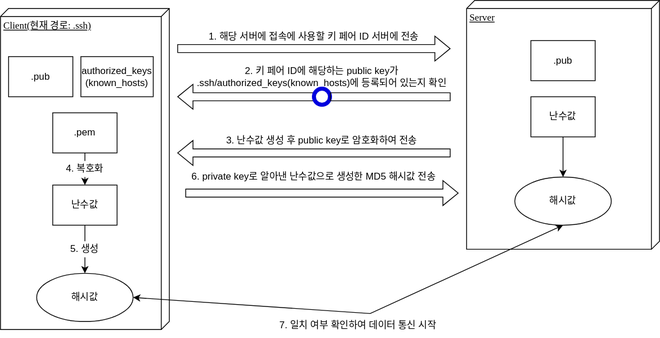
Before: ssh 동작원리.svg, a diagram exported from draw.io (AnneMayor/TestRepository). Source tidied: cells renumbered, new cells last; positions are measured from the earlier drawing's top-left corner, leaving out a move shared by most shapes.
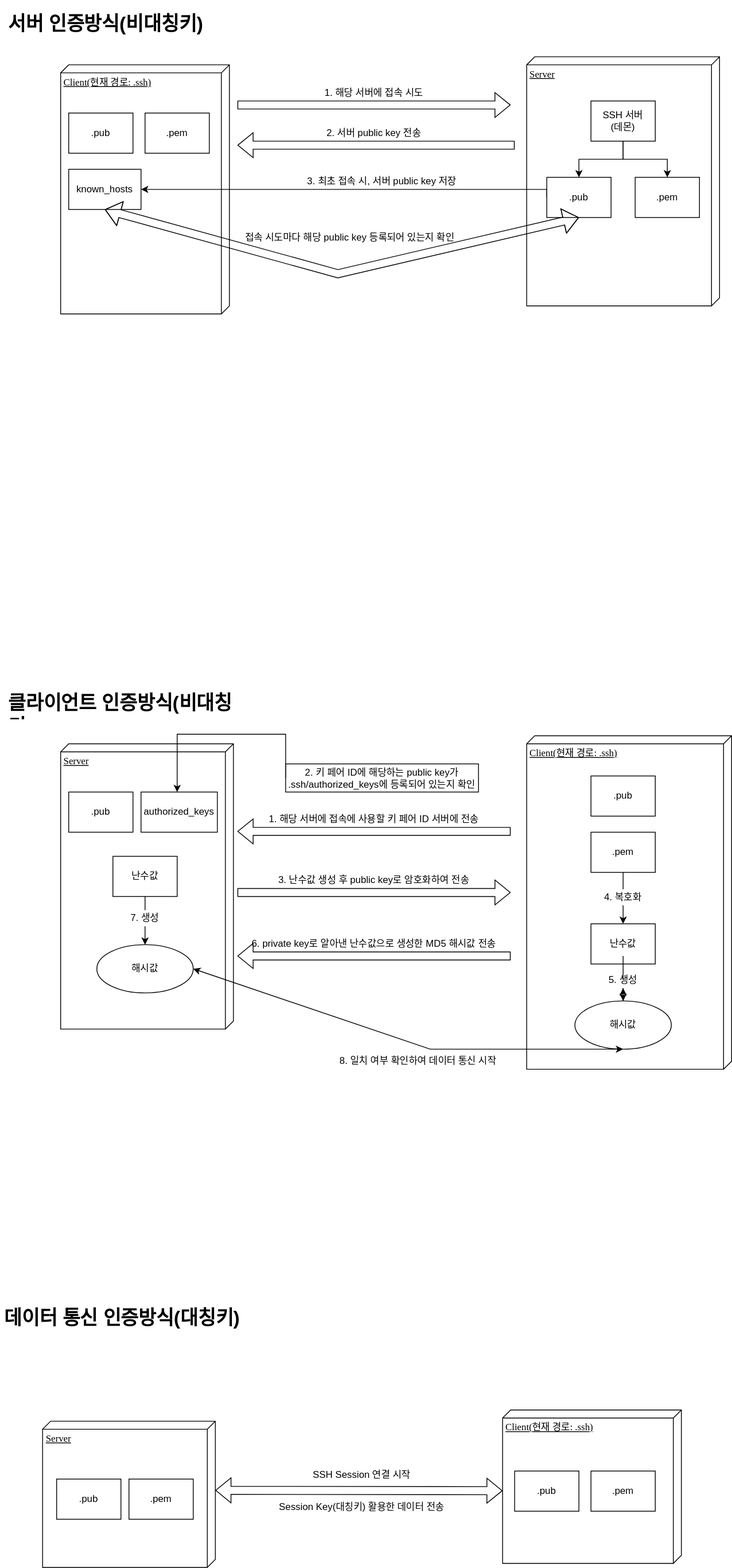
Later version of the same file.

Diff of the diagram source:
```diff
@@ -2,103 +2,210 @@
   <root>
     <mxCell id="0" />
     <mxCell id="1" parent="0" />
-    <mxCell id="2" value="Client(현재 경로: .ssh)" style="verticalAlign=top;align=left;spacingTop=8;spacingLeft=2;spacingRight=12;shape=cube;size=10;direction=south;fontStyle=4;html=1;rounded=0;shadow=0;comic=0;labelBackgroundColor=none;strokeWidth=1;fontFamily=Verdana;fontSize=12;" parent="1" vertex="1">
-      <mxGeometry y="10" width="210" height="400" as="geometry" />
+    <mxCell id="2" value="Server" style="verticalAlign=top;align=left;spacingTop=8;spacingLeft=2;spacingRight=12;shape=cube;size=10;direction=south;fontStyle=4;html=1;rounded=0;shadow=0;comic=0;labelBackgroundColor=none;strokeWidth=1;fontFamily=Verdana;fontSize=12;" parent="1" vertex="1">
+      <mxGeometry x="25" y="35" width="215" height="355" as="geometry" />
     </mxCell>
-    <mxCell id="3" value="Server" style="verticalAlign=top;align=left;spacingTop=8;spacingLeft=2;spacingRight=12;shape=cube;size=10;direction=south;fontStyle=4;html=1;rounded=0;shadow=0;comic=0;labelBackgroundColor=none;strokeWidth=1;fontFamily=Verdana;fontSize=12;" parent="1" vertex="1">
-      <mxGeometry x="580" width="240" height="310" as="geometry" />
+    <mxCell id="3" value="Client(현재 경로: .ssh)" style="verticalAlign=top;align=left;spacingTop=8;spacingLeft=2;spacingRight=12;shape=cube;size=10;direction=south;fontStyle=4;html=1;rounded=0;shadow=0;comic=0;labelBackgroundColor=none;strokeWidth=1;fontFamily=Verdana;fontSize=12;" parent="1" vertex="1">
+      <mxGeometry x="605" y="25" width="255" height="415" as="geometry" />
     </mxCell>
     <mxCell id="4" value="1. 해당 서버에 접속에 사용할 키 페어 ID 서버에 전송" style="rounded=0;whiteSpace=wrap;html=1;strokeColor=none;" parent="1" vertex="1">
-      <mxGeometry x="250" y="30" width="280" height="30" as="geometry" />
+      <mxGeometry x="275" y="114" width="280" height="30" as="geometry" />
     </mxCell>
-    <mxCell id="5" style="shape=flexArrow;endArrow=classic;html=1;rounded=0;" parent="1" edge="1">
-      <mxGeometry relative="1" as="geometry">
-        <mxPoint x="220" y="60" as="sourcePoint" />
-        <mxPoint x="560" y="60" as="targetPoint" />
-      </mxGeometry>
-    </mxCell>
-    <mxCell id="6" style="shape=flexArrow;endArrow=classic;html=1;rounded=0;startArrow=none;" parent="1" edge="1" source="12">
-      <mxGeometry relative="1" as="geometry">
-        <mxPoint x="220" y="120" as="targetPoint" />
-      </mxGeometry>
-    </mxCell>
+    <mxCell id="29" style="edgeStyle=orthogonalEdgeStyle;rounded=0;jettySize=auto;html=1;exitX=0;exitY=0.5;exitDx=0;exitDy=0;" parent="1" edge="1" source="7" target="11">
+      <mxGeometry relative="1" as="geometry">
+        <Array as="points">
+          <mxPoint x="170" y="23" />
+        </Array>
+      </mxGeometry>
+    </mxCell>
-    <mxCell id="7" value="2. 키 페어 ID에 해당하는 public key가 .ssh/authorized_keys(known_hosts)에 등록되어 있는지 확인" style="rounded=0;whiteSpace=wrap;html=1;strokeColor=none;fillColor=none;" parent="1" vertex="1">
-      <mxGeometry x="240" y="80" width="320" height="30" as="geometry" />
+    <mxCell id="7" value="2. 키 페어 ID에 해당하는 public key가 .ssh/authorized_keys에 등록되어 있는지 확인" style="rounded=0;whiteSpace=wrap;html=1;strokeColor=default;fillColor=none;" parent="1" vertex="1">
+      <mxGeometry x="305" y="60" width="240" height="35" as="geometry" />
     </mxCell>
     <mxCell id="8" value=".pub" style="rounded=0;whiteSpace=wrap;html=1;" parent="1" vertex="1">
-      <mxGeometry x="10" y="70" width="80" height="50" as="geometry" />
+      <mxGeometry x="35" y="95" width="80" height="50" as="geometry" />
     </mxCell>
     <mxCell id="9" style="edgeStyle=orthogonalEdgeStyle;rounded=0;jettySize=auto;html=1;" parent="1" edge="1" source="10" target="19">
       <mxGeometry relative="1" as="geometry" />
     </mxCell>
     <mxCell id="10" value=".pem" style="rounded=0;whiteSpace=wrap;html=1;" parent="1" vertex="1">
-      <mxGeometry x="65" y="140" width="80" height="50" as="geometry" />
+      <mxGeometry x="685" y="145" width="80" height="50" as="geometry" />
     </mxCell>
-    <mxCell id="11" value="authorized_keys&lt;br&gt;(known_hosts)" style="rounded=0;whiteSpace=wrap;html=1;" parent="1" vertex="1">
-      <mxGeometry x="100" y="70" width="90" height="50" as="geometry" />
+    <mxCell id="11" value="authorized_keys" style="rounded=0;whiteSpace=wrap;html=1;" parent="1" vertex="1">
+      <mxGeometry x="125" y="95" width="95" height="50" as="geometry" />
     </mxCell>
-    <mxCell id="12" style="ellipse;whiteSpace=wrap;html=1;fillColor=none;strokeWidth=5;strokeColor=#0000DE;" parent="1" vertex="1">
-      <mxGeometry x="390" y="110" width="20" height="20" as="geometry" />
-    </mxCell>
-    <mxCell id="13" style="shape=flexArrow;endArrow=none;html=1;rounded=0;" parent="1" edge="1" target="12">
-      <mxGeometry relative="1" as="geometry">
-        <mxPoint x="560" y="120" as="sourcePoint" />
-      </mxGeometry>
-    </mxCell>
-    <mxCell id="14" style="shape=flexArrow;endArrow=classic;html=1;rounded=0;startArrow=none;" parent="1" edge="1">
-      <mxGeometry relative="1" as="geometry">
-        <mxPoint x="560" y="190" as="sourcePoint" />
-        <mxPoint x="220" y="190" as="targetPoint" />
-      </mxGeometry>
-    </mxCell>
     <mxCell id="15" value=".pub" style="rounded=0;whiteSpace=wrap;html=1;" parent="1" vertex="1">
-      <mxGeometry x="660" y="50" width="80" height="50" as="geometry" />
+      <mxGeometry x="685" y="75" width="80" height="50" as="geometry" />
     </mxCell>
-    <mxCell id="16" style="edgeStyle=orthogonalEdgeStyle;rounded=0;jettySize=auto;html=1;" parent="1" edge="1" source="17" target="22">
+    <mxCell id="16" style="edgeStyle=orthogonalEdgeStyle;rounded=0;jettySize=auto;html=1;entryX=0.5;entryY=0;entryDx=0;entryDy=0;" parent="1" edge="1" source="17" target="23">
       <mxGeometry relative="1" as="geometry" />
     </mxCell>
     <mxCell id="17" value="난수값" style="rounded=0;whiteSpace=wrap;html=1;" parent="1" vertex="1">
-      <mxGeometry x="660" y="120" width="80" height="50" as="geometry" />
+      <mxGeometry x="90" y="175" width="80" height="50" as="geometry" />
     </mxCell>
-    <mxCell id="18" style="edgeStyle=orthogonalEdgeStyle;rounded=0;jettySize=auto;html=1;" parent="1" edge="1" source="19" target="23">
+    <mxCell id="18" style="edgeStyle=orthogonalEdgeStyle;rounded=0;jettySize=auto;html=1;startArrow=none;" parent="1" edge="1" source="55" target="22">
       <mxGeometry relative="1" as="geometry" />
     </mxCell>
     <mxCell id="19" value="난수값" style="rounded=0;whiteSpace=wrap;html=1;" parent="1" vertex="1">
-      <mxGeometry x="65" y="230" width="80" height="50" as="geometry" />
+      <mxGeometry x="685" y="259" width="80" height="50" as="geometry" />
     </mxCell>
     <mxCell id="20" value="3. 난수값 생성 후 public key로 암호화하여 전송" style="rounded=0;whiteSpace=wrap;html=1;strokeColor=none;fillColor=none;" parent="1" vertex="1">
-      <mxGeometry x="260" y="160" width="280" height="30" as="geometry" />
+      <mxGeometry x="275" y="190" width="280" height="30" as="geometry" />
     </mxCell>
     <mxCell id="21" value="4. 복호화" style="rounded=0;whiteSpace=wrap;html=1;strokeColor=none;" parent="1" vertex="1">
-      <mxGeometry x="80" y="200" width="50" height="20" as="geometry" />
+      <mxGeometry x="700" y="216" width="50" height="20" as="geometry" />
     </mxCell>
+    <mxCell id="30" style="edgeStyle=orthogonalEdgeStyle;rounded=0;jettySize=auto;html=1;" parent="1" edge="1" source="22" target="55">
+      <mxGeometry relative="1" as="geometry" />
+    </mxCell>
     <mxCell id="22" value="해시값" style="ellipse;whiteSpace=wrap;html=1;rounded=0;" parent="1" vertex="1">
-      <mxGeometry x="640" y="220" width="120" height="60" as="geometry" />
+      <mxGeometry x="665" y="355" width="120" height="60" as="geometry" />
     </mxCell>
     <mxCell id="23" value="해시값" style="ellipse;whiteSpace=wrap;html=1;rounded=0;" parent="1" vertex="1">
-      <mxGeometry x="45" y="340" width="120" height="60" as="geometry" />
+      <mxGeometry x="70" y="285" width="120" height="60" as="geometry" />
     </mxCell>
-    <mxCell id="24" value="5. 생성" style="rounded=0;whiteSpace=wrap;html=1;strokeColor=none;" parent="1" vertex="1">
-      <mxGeometry x="80" y="300" width="50" height="20" as="geometry" />
+    <mxCell id="24" value="7. 생성" style="rounded=0;whiteSpace=wrap;html=1;strokeColor=none;" parent="1" vertex="1">
+      <mxGeometry x="105" y="242" width="50" height="20" as="geometry" />
     </mxCell>
-    <mxCell id="25" style="shape=flexArrow;endArrow=classic;html=1;rounded=0;" parent="1" edge="1">
-      <mxGeometry relative="1" as="geometry">
-        <mxPoint x="230" y="240" as="sourcePoint" />
-        <mxPoint x="570" y="240" as="targetPoint" />
-      </mxGeometry>
-    </mxCell>
     <mxCell id="26" value="6. private key로 알아낸 난수값으로 생성한 MD5 해시값 전송" style="rounded=0;whiteSpace=wrap;html=1;strokeColor=none;fillColor=none;" parent="1" vertex="1">
-      <mxGeometry x="230" y="205" width="320" height="30" as="geometry" />
+      <mxGeometry x="255" y="269" width="320" height="30" as="geometry" />
     </mxCell>
     <mxCell id="27" style="endArrow=classic;startArrow=classic;html=1;rounded=0;exitX=1;exitY=0.5;exitDx=0;exitDy=0;entryX=0.5;entryY=1;entryDx=0;entryDy=0;" parent="1" edge="1" source="23" target="22">
       <mxGeometry relative="1" as="geometry">
         <Array as="points">
-          <mxPoint x="460" y="390" />
+          <mxPoint x="485" y="415" />
         </Array>
       </mxGeometry>
     </mxCell>
-    <mxCell id="28" value="7. 일치 여부 확인하여 데이터 통신 시작" style="rounded=0;whiteSpace=wrap;html=1;strokeColor=none;fillColor=none;" parent="1" vertex="1">
-      <mxGeometry x="300" y="390" width="290" height="30" as="geometry" />
+    <mxCell id="28" value="8. 일치 여부 확인하여 데이터 통신 시작" style="rounded=0;whiteSpace=wrap;html=1;strokeColor=none;fillColor=none;" parent="1" vertex="1">
+      <mxGeometry x="325" y="415" width="290" height="30" as="geometry" />
     </mxCell>
+    <mxCell id="31" value="&lt;h1&gt;클라이언트 인증방식(비대칭키)&lt;/h1&gt;" style="text;html=1;strokeColor=none;fillColor=none;spacing=5;spacingTop=-20;whiteSpace=wrap;overflow=hidden;rounded=0;" parent="1" vertex="1">
+      <mxGeometry x="-45" y="-35" width="310" height="40" as="geometry" />
+    </mxCell>
+    <mxCell id="32" value="&lt;h1&gt;데이터 통신 인증방식(대칭키)&lt;/h1&gt;" style="text;html=1;strokeColor=none;fillColor=none;spacing=5;spacingTop=-20;whiteSpace=wrap;overflow=hidden;rounded=0;" parent="1" vertex="1">
+      <mxGeometry x="-50" y="730" width="320" height="40" as="geometry" />
+    </mxCell>
+    <mxCell id="33" value="Client(현재 경로: .ssh)" style="verticalAlign=top;align=left;spacingTop=8;spacingLeft=2;spacingRight=12;shape=cube;size=10;direction=south;fontStyle=4;html=1;rounded=0;shadow=0;comic=0;labelBackgroundColor=none;strokeWidth=1;fontFamily=Verdana;fontSize=12;" parent="1" vertex="1">
+      <mxGeometry x="25" y="-810" width="210" height="310" as="geometry" />
+    </mxCell>
+    <mxCell id="34" value="Server" style="verticalAlign=top;align=left;spacingTop=8;spacingLeft=2;spacingRight=12;shape=cube;size=10;direction=south;fontStyle=4;html=1;rounded=0;shadow=0;comic=0;labelBackgroundColor=none;strokeWidth=1;fontFamily=Verdana;fontSize=12;" parent="1" vertex="1">
+      <mxGeometry x="605" y="-820" width="240" height="310" as="geometry" />
+    </mxCell>
+    <mxCell id="35" value="1. 해당 서버에 접속 시도" style="rounded=0;whiteSpace=wrap;html=1;strokeColor=none;" parent="1" vertex="1">
+      <mxGeometry x="275" y="-790" width="280" height="30" as="geometry" />
+    </mxCell>
+    <mxCell id="36" style="shape=flexArrow;endArrow=classic;html=1;rounded=0;" parent="1" edge="1">
+      <mxGeometry relative="1" as="geometry">
+        <mxPoint x="245" y="-760" as="sourcePoint" />
+        <mxPoint x="585" y="-760" as="targetPoint" />
+      </mxGeometry>
+    </mxCell>
+    <mxCell id="37" style="shape=flexArrow;endArrow=classic;html=1;rounded=0;startArrow=none;" parent="1" edge="1">
+      <mxGeometry relative="1" as="geometry">
+        <mxPoint x="590" y="-710" as="sourcePoint" />
+        <mxPoint x="245" y="-710" as="targetPoint" />
+      </mxGeometry>
+    </mxCell>
+    <mxCell id="38" style="edgeStyle=orthogonalEdgeStyle;rounded=0;jettySize=auto;html=1;entryX=1;entryY=0.5;entryDx=0;entryDy=0;exitX=0;exitY=0.5;exitDx=0;exitDy=0;" parent="1" edge="1" source="43" target="42">
+      <mxGeometry relative="1" as="geometry">
+        <Array as="points">
+          <mxPoint x="630" y="-655" />
+        </Array>
+      </mxGeometry>
+    </mxCell>
+    <mxCell id="39" value="2. 서버 public key 전송" style="rounded=0;whiteSpace=wrap;html=1;strokeColor=none;fillColor=none;" parent="1" vertex="1">
+      <mxGeometry x="265" y="-740" width="300" height="30" as="geometry" />
+    </mxCell>
+    <mxCell id="40" value=".pub" style="rounded=0;whiteSpace=wrap;html=1;" parent="1" vertex="1">
+      <mxGeometry x="35" y="-750" width="80" height="50" as="geometry" />
+    </mxCell>
+    <mxCell id="41" value=".pem" style="rounded=0;whiteSpace=wrap;html=1;" parent="1" vertex="1">
+      <mxGeometry x="130" y="-750" width="80" height="50" as="geometry" />
+    </mxCell>
+    <mxCell id="42" value="known_hosts" style="rounded=0;whiteSpace=wrap;html=1;" parent="1" vertex="1">
+      <mxGeometry x="35" y="-680" width="90" height="50" as="geometry" />
+    </mxCell>
+    <mxCell id="43" value=".pub" style="rounded=0;whiteSpace=wrap;html=1;" parent="1" vertex="1">
+      <mxGeometry x="630" y="-670" width="80" height="50" as="geometry" />
+    </mxCell>
+    <mxCell id="44" value="&lt;h1&gt;서버 인증방식(비대칭키)&lt;/h1&gt;" style="text;html=1;strokeColor=none;fillColor=none;spacing=5;spacingTop=-20;whiteSpace=wrap;overflow=hidden;rounded=0;" parent="1" vertex="1">
+      <mxGeometry x="-45" y="-880" width="310" height="40" as="geometry" />
+    </mxCell>
+    <mxCell id="45" style="edgeStyle=orthogonalEdgeStyle;rounded=0;jettySize=auto;html=1;" parent="1" edge="1" source="47" target="43">
+      <mxGeometry relative="1" as="geometry" />
+    </mxCell>
+    <mxCell id="46" style="edgeStyle=orthogonalEdgeStyle;rounded=0;jettySize=auto;html=1;" parent="1" edge="1" source="47" target="48">
+      <mxGeometry relative="1" as="geometry" />
+    </mxCell>
+    <mxCell id="47" value="SSH 서버&lt;br&gt;(데몬)" style="rounded=0;whiteSpace=wrap;html=1;" parent="1" vertex="1">
+      <mxGeometry x="685" y="-765" width="80" height="50" as="geometry" />
+    </mxCell>
+    <mxCell id="48" value=".pem" style="rounded=0;whiteSpace=wrap;html=1;" parent="1" vertex="1">
+      <mxGeometry x="740" y="-670" width="80" height="50" as="geometry" />
+    </mxCell>
+    <mxCell id="49" value="3. 최초 접속 시, 서버 public key 저장" style="rounded=0;whiteSpace=wrap;html=1;strokeColor=none;fillColor=none;" parent="1" vertex="1">
+      <mxGeometry x="275" y="-680" width="300" height="30" as="geometry" />
+    </mxCell>
+    <mxCell id="50" style="shape=flexArrow;endArrow=classic;startArrow=classic;html=1;rounded=0;entryX=0.5;entryY=1;entryDx=0;entryDy=0;exitX=0.5;exitY=1;exitDx=0;exitDy=0;" parent="1" edge="1" source="42" target="43">
+      <mxGeometry relative="1" as="geometry">
+        <Array as="points">
+          <mxPoint x="370" y="-550" />
+        </Array>
+      </mxGeometry>
+    </mxCell>
+    <mxCell id="51" value="접속 시도마다 해당 public key 등록되어 있는지 확인" style="rounded=0;whiteSpace=wrap;html=1;strokeColor=none;fillColor=none;" parent="1" vertex="1">
+      <mxGeometry x="235" y="-610" width="300" height="30" as="geometry" />
+    </mxCell>
+    <mxCell id="52" style="shape=flexArrow;endArrow=classic;html=1;rounded=0;startArrow=none;" parent="1" edge="1">
+      <mxGeometry relative="1" as="geometry">
+        <mxPoint x="585" y="144" as="sourcePoint" />
+        <mxPoint x="245" y="144" as="targetPoint" />
+      </mxGeometry>
+    </mxCell>
+    <mxCell id="53" style="shape=flexArrow;endArrow=classic;html=1;rounded=0;" parent="1" edge="1">
+      <mxGeometry relative="1" as="geometry">
+        <mxPoint x="245" y="220" as="sourcePoint" />
+        <mxPoint x="585" y="220" as="targetPoint" />
+      </mxGeometry>
+    </mxCell>
+    <mxCell id="54" style="shape=flexArrow;endArrow=classic;html=1;rounded=0;startArrow=none;" parent="1" edge="1">
+      <mxGeometry relative="1" as="geometry">
+        <mxPoint x="585" y="299" as="sourcePoint" />
+        <mxPoint x="245" y="299" as="targetPoint" />
+      </mxGeometry>
+    </mxCell>
+    <mxCell id="55" value="5. 생성" style="rounded=0;whiteSpace=wrap;html=1;strokeColor=none;" parent="1" vertex="1">
+      <mxGeometry x="700" y="319" width="50" height="20" as="geometry" />
+    </mxCell>
+    <mxCell id="56" style="edgeStyle=orthogonalEdgeStyle;rounded=0;jettySize=auto;html=1;endArrow=none;" parent="1" edge="1" source="19" target="55">
+      <mxGeometry relative="1" as="geometry" />
+    </mxCell>
+    <mxCell id="57" value="Server" style="verticalAlign=top;align=left;spacingTop=8;spacingLeft=2;spacingRight=12;shape=cube;size=10;direction=south;fontStyle=4;html=1;rounded=0;shadow=0;comic=0;labelBackgroundColor=none;strokeWidth=1;fontFamily=Verdana;fontSize=12;" parent="1" vertex="1">
+      <mxGeometry x="2.5" y="878" width="215" height="182" as="geometry" />
+    </mxCell>
+    <mxCell id="58" value="Client(현재 경로: .ssh)" style="verticalAlign=top;align=left;spacingTop=8;spacingLeft=2;spacingRight=12;shape=cube;size=10;direction=south;fontStyle=4;html=1;rounded=0;shadow=0;comic=0;labelBackgroundColor=none;strokeWidth=1;fontFamily=Verdana;fontSize=12;" parent="1" vertex="1">
+      <mxGeometry x="575" y="864" width="222.5" height="191" as="geometry" />
+    </mxCell>
+    <mxCell id="59" value=".pub" style="rounded=0;whiteSpace=wrap;html=1;" parent="1" vertex="1">
+      <mxGeometry x="590" y="940" width="80" height="50" as="geometry" />
+    </mxCell>
+    <mxCell id="60" value=".pem" style="rounded=0;whiteSpace=wrap;html=1;" parent="1" vertex="1">
+      <mxGeometry x="685" y="940" width="80" height="50" as="geometry" />
+    </mxCell>
+    <mxCell id="61" value=".pub" style="rounded=0;whiteSpace=wrap;html=1;" parent="1" vertex="1">
+      <mxGeometry x="20" y="950" width="80" height="50" as="geometry" />
+    </mxCell>
+    <mxCell id="62" value=".pem" style="rounded=0;whiteSpace=wrap;html=1;" parent="1" vertex="1">
+      <mxGeometry x="110" y="950" width="80" height="50" as="geometry" />
+    </mxCell>
+    <mxCell id="63" style="shape=flexArrow;endArrow=classic;startArrow=classic;html=1;rounded=0;entryX=0;entryY=0;entryDx=100.5;entryDy=222.5;entryPerimeter=0;exitX=0;exitY=0;exitDx=86;exitDy=0;exitPerimeter=0;" parent="1" edge="1" source="57" target="58">
+      <mxGeometry relative="1" as="geometry" />
+    </mxCell>
+    <mxCell id="64" value="SSH Session 연결 시작" style="rounded=0;whiteSpace=wrap;html=1;strokeColor=none;fillColor=none;" parent="1" vertex="1">
+      <mxGeometry x="255" y="930" width="290" height="30" as="geometry" />
+    </mxCell>
+    <mxCell id="65" value="Session Key(대칭키) 활용한 데이터 전송" style="rounded=0;whiteSpace=wrap;html=1;strokeColor=none;fillColor=none;" parent="1" vertex="1">
+      <mxGeometry x="255" y="970" width="290" height="30" as="geometry" />
+    </mxCell>
   </root>
 </mxGraphModel>
```
